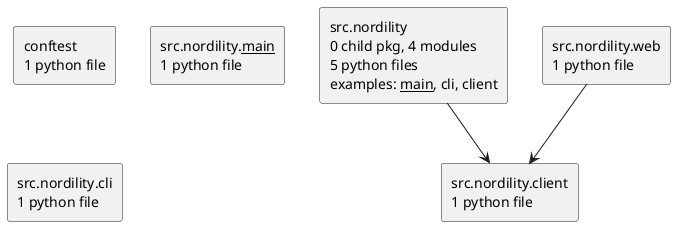
This is docs/diagrams/python-packages.puml.png from casonk/nordility, a PlantUML export, as it was before one commit.
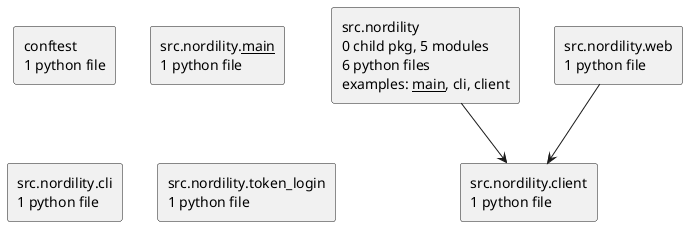
Above is the later version.

The edit, as a diff of the source:
```diff
@@ -3,10 +3,11 @@
 top to bottom direction
 skinparam componentStyle rectangle
 rectangle "conftest\n1 python file" as conftest
-rectangle "src.nordility\n0 child pkg, 4 modules\n5 python files\nexamples: __main__, cli, client" as src.nordility
+rectangle "src.nordility\n0 child pkg, 5 modules\n6 python files\nexamples: __main__, cli, client" as src.nordility
 rectangle "src.nordility.__main__\n1 python file" as src.nordility.__main__
 rectangle "src.nordility.cli\n1 python file" as src.nordility.cli
 rectangle "src.nordility.client\n1 python file" as src.nordility.client
+rectangle "src.nordility.token_login\n1 python file" as src.nordility.token_login
 rectangle "src.nordility.web\n1 python file" as src.nordility.web
 src.nordility --> src.nordility.client
 src.nordility.web --> src.nordility.client
```
